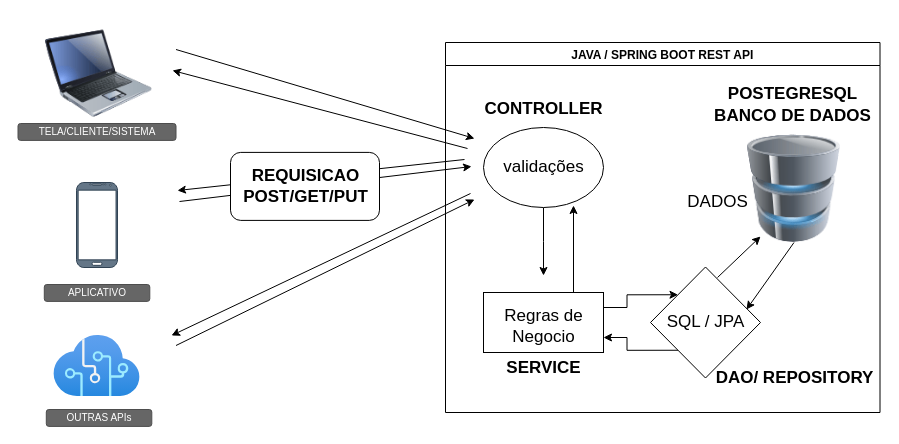
Earlier version of the draw.io diagram Diagrama sem nome.drawio (Nicolas-Johnson/first-server). Source tidied: cells renumbered, new cells numbered last; positions are measured from the earlier drawing's top-left corner, leaving out a move shared by most shapes. Both pictures are drawn from the tidied source at 100%, with x=0, y=0 at pixel (18, 17).
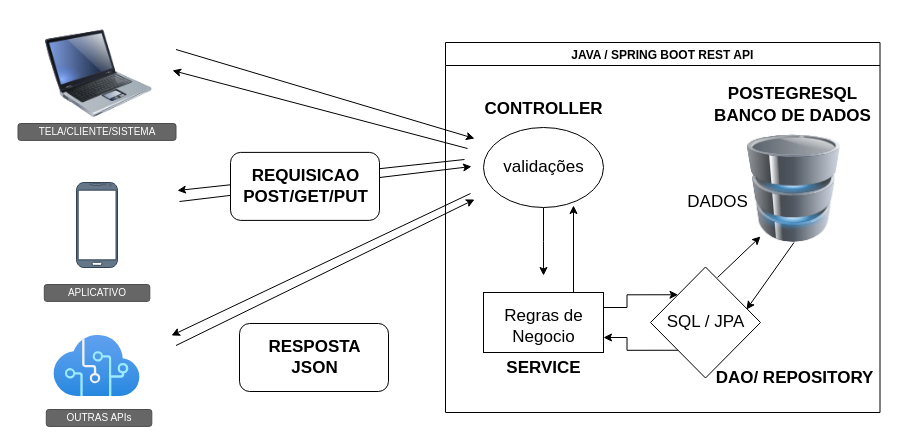
The same page after the edit.

The edit, as a diff of the source:
```diff
@@
+    <mxCell id="36" style="rounded=1;whiteSpace=wrap;html=1;labelBackgroundColor=none;labelBorderColor=none;fontSize=17;" parent="1" vertex="1">
+      <mxGeometry x="221" y="306" width="149" height="68" as="geometry" />
+    </mxCell>
+    <mxCell id="37" value="&lt;b&gt;&lt;font style=&quot;font-size: 17px;&quot;&gt;RESPOSTA&lt;br&gt;JSON&lt;/font&gt;&lt;/b&gt;" style="text;html=1;align=center;verticalAlign=middle;fillColor=none;strokeColor=none;rounded=0;" parent="1" vertex="1">
+      <mxGeometry x="240.5" y="313.5" width="110" height="53" as="geometry" />
+    </mxCell>
```
